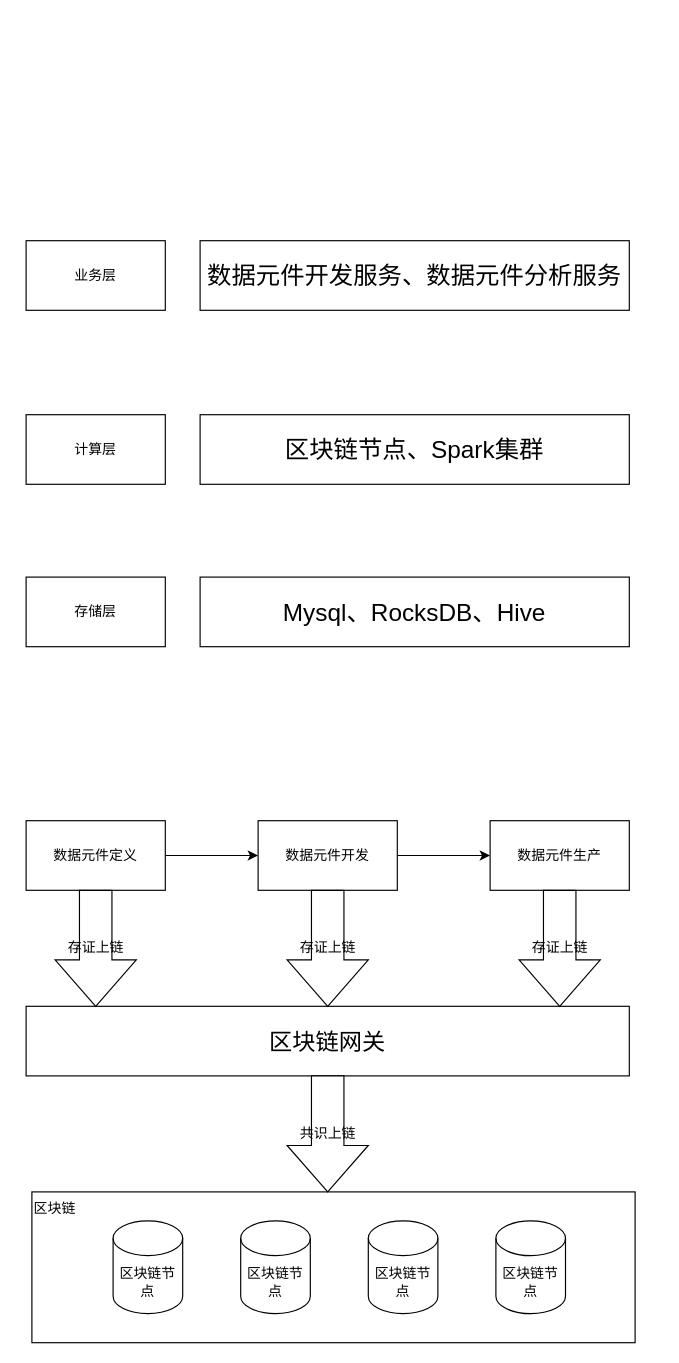
Before: diagrams/Untitled Diagram.drawio in cenxi/utils, a draw.io diagram. Source tidied: cells renumbered, new cells numbered last; positions are measured from the earlier drawing's top-left corner, leaving out a move shared by most shapes. Both pictures are drawn from the tidied source at 116%, with x=0, y=0 at pixel (20, 240).
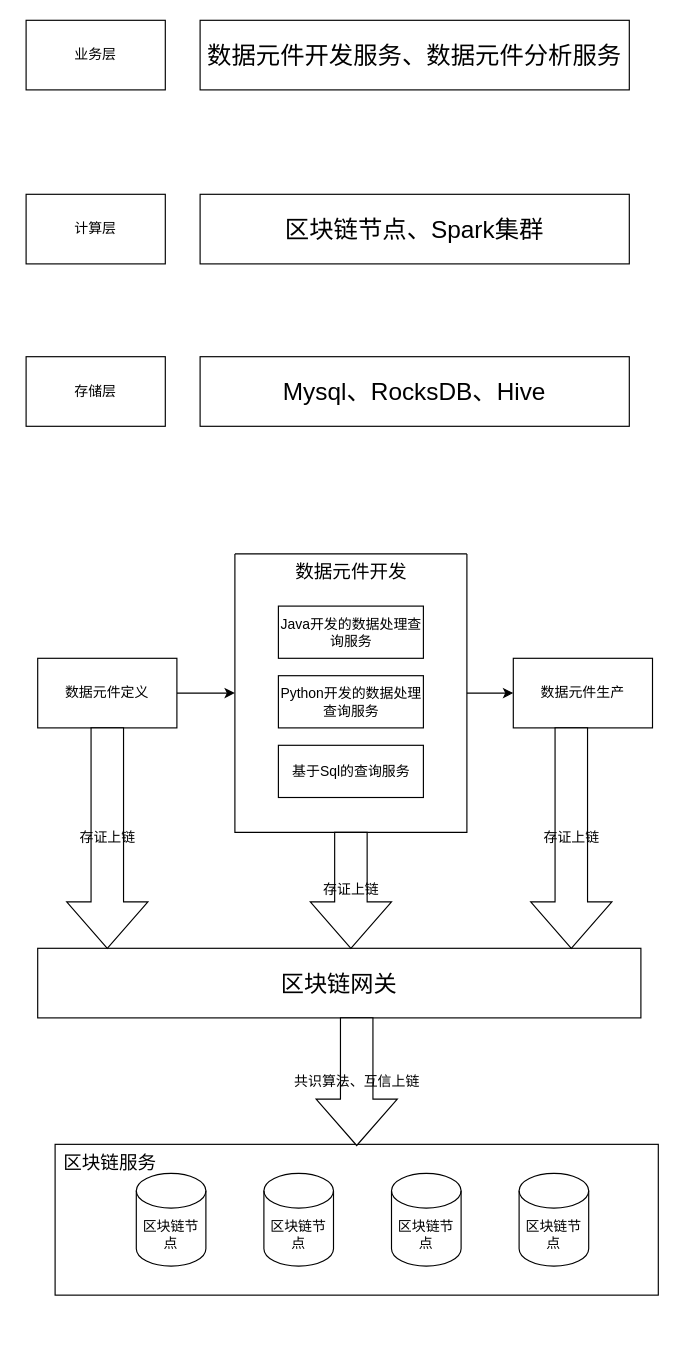
The same page after the edit.

The edit, as a diff of the source:
```diff
@@
     <mxCell id="2" value="存储层" style="rounded=0;whiteSpace=wrap;html=1;" parent="1" vertex="1">
-      <mxGeometry x="5" y="290" width="120" height="60" as="geometry" />
+      <mxGeometry x="5" y="100" width="120" height="60" as="geometry" />
     </mxCell>
     <mxCell id="3" value="&lt;font style=&quot;font-size: 21px;&quot;&gt;Mysql、RocksDB、Hive&lt;/font&gt;" style="rounded=0;whiteSpace=wrap;html=1;" parent="1" vertex="1">
-      <mxGeometry x="155" y="290" width="370" height="60" as="geometry" />
+      <mxGeometry x="155" y="100" width="370" height="60" as="geometry" />
     </mxCell>
     <mxCell id="4" value="计算层" style="rounded=0;whiteSpace=wrap;html=1;" parent="1" vertex="1">
-      <mxGeometry x="5" y="150" width="120" height="60" as="geometry" />
+      <mxGeometry x="5" y="-40" width="120" height="60" as="geometry" />
     </mxCell>
     <mxCell id="5" value="&lt;span style=&quot;font-size: 21px;&quot;&gt;区块链节点、Spark集群&lt;/span&gt;" style="rounded=0;whiteSpace=wrap;html=1;" parent="1" vertex="1">
-      <mxGeometry x="155" y="150" width="370" height="60" as="geometry" />
+      <mxGeometry x="155" y="-40" width="370" height="60" as="geometry" />
     </mxCell>
     <mxCell id="6" value="业务层" style="rounded=0;whiteSpace=wrap;html=1;" parent="1" vertex="1">
-      <mxGeometry x="5" width="120" height="60" as="geometry" />
+      <mxGeometry x="5" y="-190" width="120" height="60" as="geometry" />
     </mxCell>
     <mxCell id="7" value="&lt;span style=&quot;font-size: 21px;&quot;&gt;数据元件开发服务、数据元件分析服务&lt;/span&gt;" style="rounded=0;whiteSpace=wrap;html=1;" parent="1" vertex="1">
-      <mxGeometry x="155" width="370" height="60" as="geometry" />
+      <mxGeometry x="155" y="-190" width="370" height="60" as="geometry" />
     </mxCell>
-    <mxCell id="8" style="edgeStyle=orthogonalEdgeStyle;rounded=0;jettySize=auto;html=1;" parent="1" edge="1" source="9" target="11">
-      <mxGeometry relative="1" as="geometry" />
-    </mxCell>
+    <mxCell id="24" style="edgeStyle=orthogonalEdgeStyle;rounded=0;jettySize=auto;html=1;exitX=1;exitY=0.5;exitDx=0;exitDy=0;entryX=0;entryY=0.5;entryDx=0;entryDy=0;" parent="1" edge="1" source="9" target="26">
+      <mxGeometry relative="1" as="geometry" />
+    </mxCell>
     <mxCell id="9" value="数据元件定义" style="rounded=0;whiteSpace=wrap;html=1;" parent="1" vertex="1">
-      <mxGeometry x="5" y="500" width="120" height="60" as="geometry" />
+      <mxGeometry x="15" y="360" width="120" height="60" as="geometry" />
     </mxCell>
-    <mxCell id="10" style="edgeStyle=orthogonalEdgeStyle;rounded=0;jettySize=auto;html=1;" parent="1" edge="1" source="11" target="12">
-      <mxGeometry relative="1" as="geometry" />
-    </mxCell>
-    <mxCell id="11" value="数据元件开发" style="rounded=0;whiteSpace=wrap;html=1;" parent="1" vertex="1">
-      <mxGeometry x="205" y="500" width="120" height="60" as="geometry" />
-    </mxCell>
     <mxCell id="12" value="数据元件生产" style="rounded=0;whiteSpace=wrap;html=1;" parent="1" vertex="1">
-      <mxGeometry x="405" y="500" width="120" height="60" as="geometry" />
+      <mxGeometry x="425" y="360" width="120" height="60" as="geometry" />
     </mxCell>
     <mxCell id="13" value="&lt;font style=&quot;font-size: 20px;&quot;&gt;区块链网关&lt;/font&gt;" style="rounded=0;whiteSpace=wrap;html=1;" parent="1" vertex="1">
-      <mxGeometry x="5" y="660" width="520" height="60" as="geometry" />
+      <mxGeometry x="15" y="610" width="520" height="60" as="geometry" />
     </mxCell>
     <mxCell id="14" value="存证上链" style="html=1;shadow=0;dashed=0;align=center;verticalAlign=middle;shape=mxgraph.arrows2.arrow;dy=0.6;dx=40;direction=south;notch=0;" parent="1" vertex="1">
-      <mxGeometry x="30" y="560" width="70" height="100" as="geometry" />
+      <mxGeometry x="40" y="420" width="70" height="190" as="geometry" />
     </mxCell>
-    <mxCell id="15" value="存证上链" style="html=1;shadow=0;dashed=0;align=center;verticalAlign=middle;shape=mxgraph.arrows2.arrow;dy=0.6;dx=40;direction=south;notch=0;" parent="1" vertex="1">
-      <mxGeometry x="230" y="560" width="70" height="100" as="geometry" />
-    </mxCell>
     <mxCell id="16" value="存证上链" style="html=1;shadow=0;dashed=0;align=center;verticalAlign=middle;shape=mxgraph.arrows2.arrow;dy=0.6;dx=40;direction=south;notch=0;" parent="1" vertex="1">
-      <mxGeometry x="430" y="560" width="70" height="100" as="geometry" />
+      <mxGeometry x="440" y="420" width="70" height="190" as="geometry" />
     </mxCell>
     <mxCell id="17" style="rounded=0;whiteSpace=wrap;html=1;" parent="1" vertex="1">
-      <mxGeometry x="10" y="820" width="520" height="130" as="geometry" />
+      <mxGeometry x="30" y="779" width="520" height="130" as="geometry" />
     </mxCell>
     <mxCell id="18" value="区块链节点" style="shape=cylinder3;whiteSpace=wrap;html=1;boundedLbl=1;backgroundOutline=1;size=15;" parent="1" vertex="1">
-      <mxGeometry x="80" y="845" width="60" height="80" as="geometry" />
+      <mxGeometry x="100" y="804" width="60" height="80" as="geometry" />
     </mxCell>
     <mxCell id="19" value="区块链节点" style="shape=cylinder3;whiteSpace=wrap;html=1;boundedLbl=1;backgroundOutline=1;size=15;" parent="1" vertex="1">
-      <mxGeometry x="190" y="845" width="60" height="80" as="geometry" />
+      <mxGeometry x="210" y="804" width="60" height="80" as="geometry" />
     </mxCell>
     <mxCell id="20" value="区块链节点" style="shape=cylinder3;whiteSpace=wrap;html=1;boundedLbl=1;backgroundOutline=1;size=15;" parent="1" vertex="1">
-      <mxGeometry x="300" y="845" width="60" height="80" as="geometry" />
+      <mxGeometry x="320" y="804" width="60" height="80" as="geometry" />
     </mxCell>
     <mxCell id="21" value="区块链节点" style="shape=cylinder3;whiteSpace=wrap;html=1;boundedLbl=1;backgroundOutline=1;size=15;" parent="1" vertex="1">
-      <mxGeometry x="410" y="845" width="60" height="80" as="geometry" />
+      <mxGeometry x="430" y="804" width="60" height="80" as="geometry" />
     </mxCell>
-    <mxCell id="22" value="区块链" style="text;html=1;strokeColor=none;fillColor=none;align=center;verticalAlign=middle;whiteSpace=wrap;rounded=0;" parent="1" vertex="1">
-      <mxGeometry y="820" width="60" height="30" as="geometry" />
+    <mxCell id="22" value="&lt;font style=&quot;font-size: 16px;&quot;&gt;区块链服务&lt;/font&gt;" style="text;html=1;strokeColor=none;fillColor=none;align=center;verticalAlign=middle;whiteSpace=wrap;rounded=0;" parent="1" vertex="1">
+      <mxGeometry x="30" y="780" width="95" height="30" as="geometry" />
     </mxCell>
-    <mxCell id="23" value="共识上链" style="html=1;shadow=0;dashed=0;align=center;verticalAlign=middle;shape=mxgraph.arrows2.arrow;dy=0.6;dx=40;direction=south;notch=0;" parent="1" vertex="1">
-      <mxGeometry x="230" y="720" width="70" height="100" as="geometry" />
+    <mxCell id="23" value="共识算法、互信上链" style="html=1;shadow=0;dashed=0;align=center;verticalAlign=middle;shape=mxgraph.arrows2.arrow;dy=0.6;dx=40;direction=south;notch=0;" parent="1" vertex="1">
+      <mxGeometry x="255" y="670" width="70" height="110" as="geometry" />
     </mxCell>
+    <mxCell id="25" style="edgeStyle=orthogonalEdgeStyle;rounded=0;jettySize=auto;html=1;exitX=1;exitY=0.5;exitDx=0;exitDy=0;" parent="1" edge="1" source="26" target="12">
+      <mxGeometry relative="1" as="geometry" />
+    </mxCell>
+    <mxCell id="26" style="swimlane;startSize=0;" parent="1" vertex="1">
+      <mxGeometry x="185" y="270" width="200" height="240" as="geometry" />
+    </mxCell>
+    <mxCell id="27" value="Java开发的数据处理查询服务" style="rounded=0;whiteSpace=wrap;html=1;" parent="26" vertex="1">
+      <mxGeometry x="37.5" y="45" width="125" height="45" as="geometry" />
+    </mxCell>
+    <mxCell id="28" value="Python开发的数据处理查询服务" style="rounded=0;whiteSpace=wrap;html=1;" parent="26" vertex="1">
+      <mxGeometry x="37.5" y="105" width="125" height="45" as="geometry" />
+    </mxCell>
+    <mxCell id="29" value="基于Sql的查询服务" style="rounded=0;whiteSpace=wrap;html=1;" parent="26" vertex="1">
+      <mxGeometry x="37.5" y="165" width="125" height="45" as="geometry" />
+    </mxCell>
+    <mxCell id="11" value="&lt;font style=&quot;font-size: 16px;&quot;&gt;数据元件开发&lt;/font&gt;" style="text;html=1;align=center;verticalAlign=middle;points=[];strokeColor=none;fillColor=none;" parent="26" vertex="1">
+      <mxGeometry x="40" width="120" height="30" as="geometry" />
+    </mxCell>
+    <mxCell id="15" value="存证上链" style="html=1;shadow=0;dashed=0;align=center;verticalAlign=middle;shape=mxgraph.arrows2.arrow;dy=0.6;dx=40;direction=south;notch=0;" parent="1" vertex="1">
+      <mxGeometry x="250" y="510" width="70" height="100" as="geometry" />
+    </mxCell>
```
